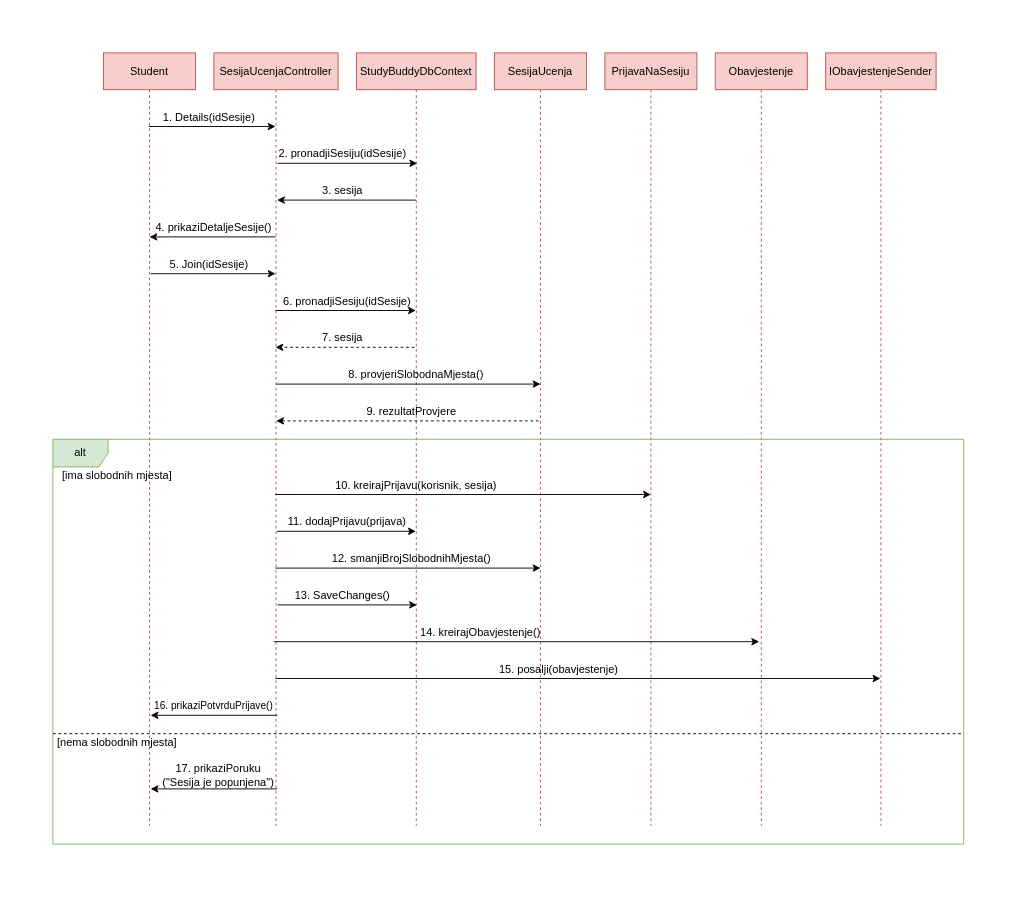
ooad-2025-26/Grupa8-Tim3 keeps this draw.io diagram as dijagram sekvence/DijagramSekvence_PridruzivanjeSesiji.drawio. Above is the earlier version. Source tidied: cells renumbered, new cells numbered last; positions are measured from the earlier drawing's top-left corner, leaving out a move shared by most shapes. Both pictures are drawn from the tidied source at 92%, with x=0, y=0 at pixel (16, 16).
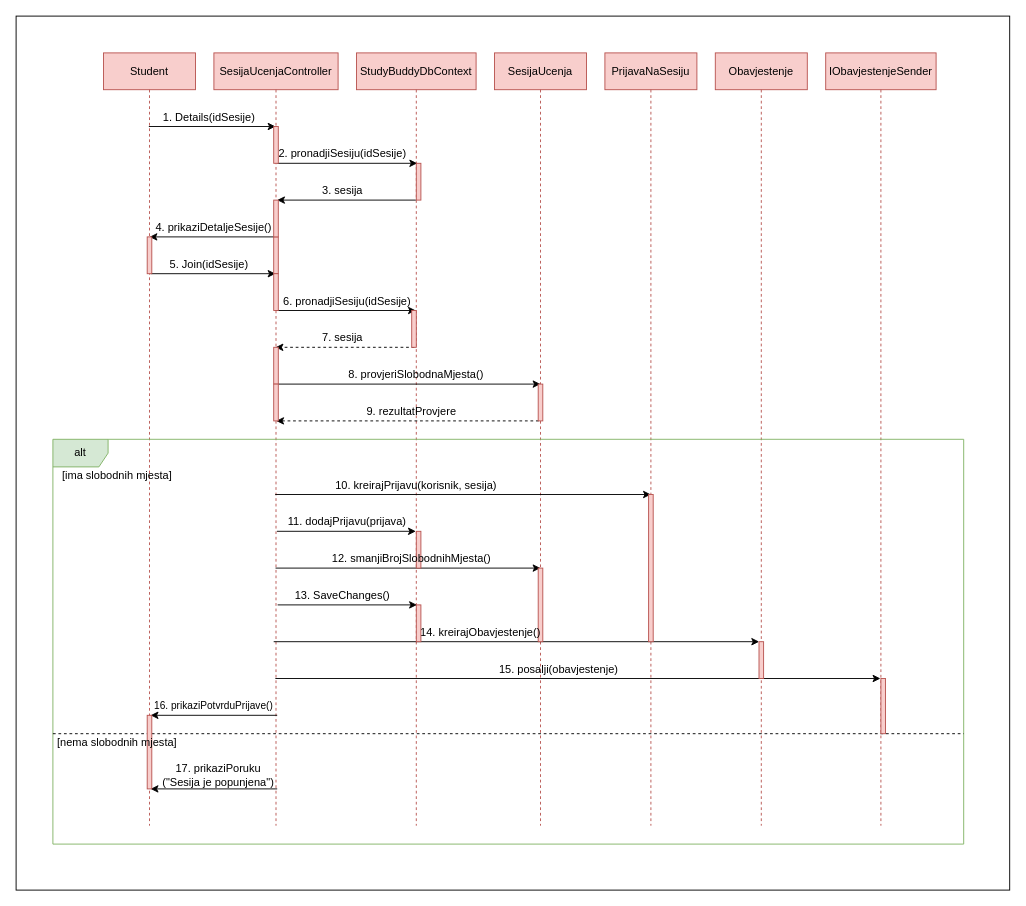
The same page after the edit.

The edit, as a diff of the source:
```diff
@@
+    <mxCell id="48" style="rounded=0;whiteSpace=wrap;html=1;" parent="1" vertex="1">
+      <mxGeometry width="1080" height="950" as="geometry" />
+    </mxCell>
@@
     <mxCell id="28" style="endArrow=none;dashed=1;html=1;rounded=0;" parent="1" edge="1">
       <mxGeometry relative="1" as="geometry">
-        <mxPoint x="40" y="780" as="sourcePoint" />
+        <mxPoint x="147.5" y="780" as="sourcePoint" />
         <mxPoint x="1030" y="780" as="targetPoint" />
       </mxGeometry>
     </mxCell>
@@
-    <mxCell id="30" value="[nema slobodnih mjesta]" style="text;html=1;whiteSpace=wrap;strokeColor=none;fillColor=none;align=center;verticalAlign=middle;rounded=0;" parent="1" vertex="1">
-      <mxGeometry x="40" y="780" width="140" height="20" as="geometry" />
-    </mxCell>
@@
-    <mxCell id="40" value="12. smanjiBrojSlobodnihMjesta()" style="text;html=1;whiteSpace=wrap;strokeColor=none;fillColor=none;align=center;verticalAlign=middle;rounded=0;" parent="1" vertex="1">
-      <mxGeometry x="325" y="580" width="210" height="20" as="geometry" />
-    </mxCell>
@@
-    <mxCell id="42" value="14. kreirajObavjestenje()" style="text;html=1;whiteSpace=wrap;strokeColor=none;fillColor=none;align=center;verticalAlign=middle;rounded=0;" parent="1" vertex="1">
-      <mxGeometry x="425" y="660" width="160" height="20" as="geometry" />
-    </mxCell>
@@
-    <mxCell id="47" style="rounded=0;whiteSpace=wrap;html=1;fillColor=none;strokeColor=#FFFFFF;" parent="1" vertex="1">
-      <mxGeometry width="1080" height="940" as="geometry" />
-    </mxCell>
+    <mxCell id="49" style="rounded=0;whiteSpace=wrap;html=1;fillColor=#f8cecc;strokeColor=#b85450;direction=west;" parent="1" vertex="1">
+      <mxGeometry x="435" y="160" width="5" height="40" as="geometry" />
+    </mxCell>
+    <mxCell id="50" style="rounded=0;whiteSpace=wrap;html=1;fillColor=#f8cecc;strokeColor=#b85450;direction=west;" parent="1" vertex="1">
+      <mxGeometry x="280" y="120" width="5" height="40" as="geometry" />
+    </mxCell>
+    <mxCell id="51" style="rounded=0;whiteSpace=wrap;html=1;fillColor=#f8cecc;strokeColor=#b85450;direction=west;" parent="1" vertex="1">
+      <mxGeometry x="280" y="240" width="5" height="40" as="geometry" />
+    </mxCell>
+    <mxCell id="52" style="rounded=0;whiteSpace=wrap;html=1;fillColor=#f8cecc;strokeColor=#b85450;direction=west;" parent="1" vertex="1">
+      <mxGeometry x="142.5" y="240" width="5" height="40" as="geometry" />
+    </mxCell>
+    <mxCell id="53" style="rounded=0;whiteSpace=wrap;html=1;fillColor=#f8cecc;strokeColor=#b85450;direction=west;" parent="1" vertex="1">
+      <mxGeometry x="280" y="200" width="5" height="40" as="geometry" />
+    </mxCell>
+    <mxCell id="54" style="rounded=0;whiteSpace=wrap;html=1;fillColor=#f8cecc;strokeColor=#b85450;direction=west;" parent="1" vertex="1">
+      <mxGeometry x="280" y="360" width="5" height="40" as="geometry" />
+    </mxCell>
+    <mxCell id="55" style="rounded=0;whiteSpace=wrap;html=1;fillColor=#f8cecc;strokeColor=#b85450;direction=west;" parent="1" vertex="1">
+      <mxGeometry x="430" y="320" width="5" height="40" as="geometry" />
+    </mxCell>
+    <mxCell id="56" style="rounded=0;whiteSpace=wrap;html=1;fillColor=#f8cecc;strokeColor=#b85450;direction=west;" parent="1" vertex="1">
+      <mxGeometry x="280" y="400" width="5" height="40" as="geometry" />
+    </mxCell>
+    <mxCell id="57" style="rounded=0;whiteSpace=wrap;html=1;fillColor=#f8cecc;strokeColor=#b85450;direction=west;" parent="1" vertex="1">
+      <mxGeometry x="567.5" y="400" width="5" height="40" as="geometry" />
+    </mxCell>
+    <mxCell id="58" style="rounded=0;whiteSpace=wrap;html=1;fillColor=#f8cecc;strokeColor=#b85450;direction=west;" parent="1" vertex="1">
+      <mxGeometry x="687.5" y="520" width="5" height="160" as="geometry" />
+    </mxCell>
+    <mxCell id="59" style="rounded=0;whiteSpace=wrap;html=1;fillColor=#f8cecc;strokeColor=#b85450;direction=west;" parent="1" vertex="1">
+      <mxGeometry x="807.5" y="680" width="5" height="40" as="geometry" />
+    </mxCell>
+    <mxCell id="60" style="rounded=0;whiteSpace=wrap;html=1;fillColor=#f8cecc;strokeColor=#b85450;direction=west;" parent="1" vertex="1">
+      <mxGeometry x="435" y="560" width="5" height="40" as="geometry" />
+    </mxCell>
+    <mxCell id="40" value="12. smanjiBrojSlobodnihMjesta()" style="text;html=1;whiteSpace=wrap;strokeColor=none;fillColor=none;align=center;verticalAlign=middle;rounded=0;" parent="1" vertex="1">
+      <mxGeometry x="325" y="580" width="210" height="20" as="geometry" />
+    </mxCell>
+    <mxCell id="61" style="rounded=0;whiteSpace=wrap;html=1;fillColor=#f8cecc;strokeColor=#b85450;direction=west;" parent="1" vertex="1">
+      <mxGeometry x="567.5" y="600" width="5" height="80" as="geometry" />
+    </mxCell>
+    <mxCell id="42" value="14. kreirajObavjestenje()" style="text;html=1;whiteSpace=wrap;strokeColor=none;fillColor=none;align=center;verticalAlign=middle;rounded=0;" parent="1" vertex="1">
+      <mxGeometry x="425" y="660" width="160" height="20" as="geometry" />
+    </mxCell>
+    <mxCell id="62" style="rounded=0;whiteSpace=wrap;html=1;fillColor=#f8cecc;strokeColor=#b85450;direction=west;" parent="1" vertex="1">
+      <mxGeometry x="435" y="640" width="5" height="40" as="geometry" />
+    </mxCell>
+    <mxCell id="63" style="rounded=0;whiteSpace=wrap;html=1;fillColor=#f8cecc;strokeColor=#b85450;direction=west;" parent="1" vertex="1">
+      <mxGeometry x="940" y="720" width="5" height="60" as="geometry" />
+    </mxCell>
+    <mxCell id="64" style="endArrow=none;dashed=1;html=1;rounded=0;" parent="1" edge="1">
+      <mxGeometry relative="1" as="geometry">
+        <mxPoint x="40" y="780" as="sourcePoint" />
+        <mxPoint x="142.5" y="780" as="targetPoint" />
+      </mxGeometry>
+    </mxCell>
+    <mxCell id="65" style="rounded=0;whiteSpace=wrap;html=1;fillColor=#f8cecc;strokeColor=#b85450;direction=west;" parent="1" vertex="1">
+      <mxGeometry x="142.5" y="760" width="5" height="80" as="geometry" />
+    </mxCell>
+    <mxCell id="30" value="[nema slobodnih mjesta]" style="text;html=1;whiteSpace=wrap;strokeColor=none;fillColor=none;align=center;verticalAlign=middle;rounded=0;" parent="1" vertex="1">
+      <mxGeometry x="40" y="780" width="140" height="20" as="geometry" />
+    </mxCell>
+    <mxCell id="66" style="rounded=0;whiteSpace=wrap;html=1;fillColor=#f8cecc;strokeColor=#b85450;direction=west;" parent="1" vertex="1">
+      <mxGeometry x="280" y="280" width="5" height="40" as="geometry" />
+    </mxCell>
```
